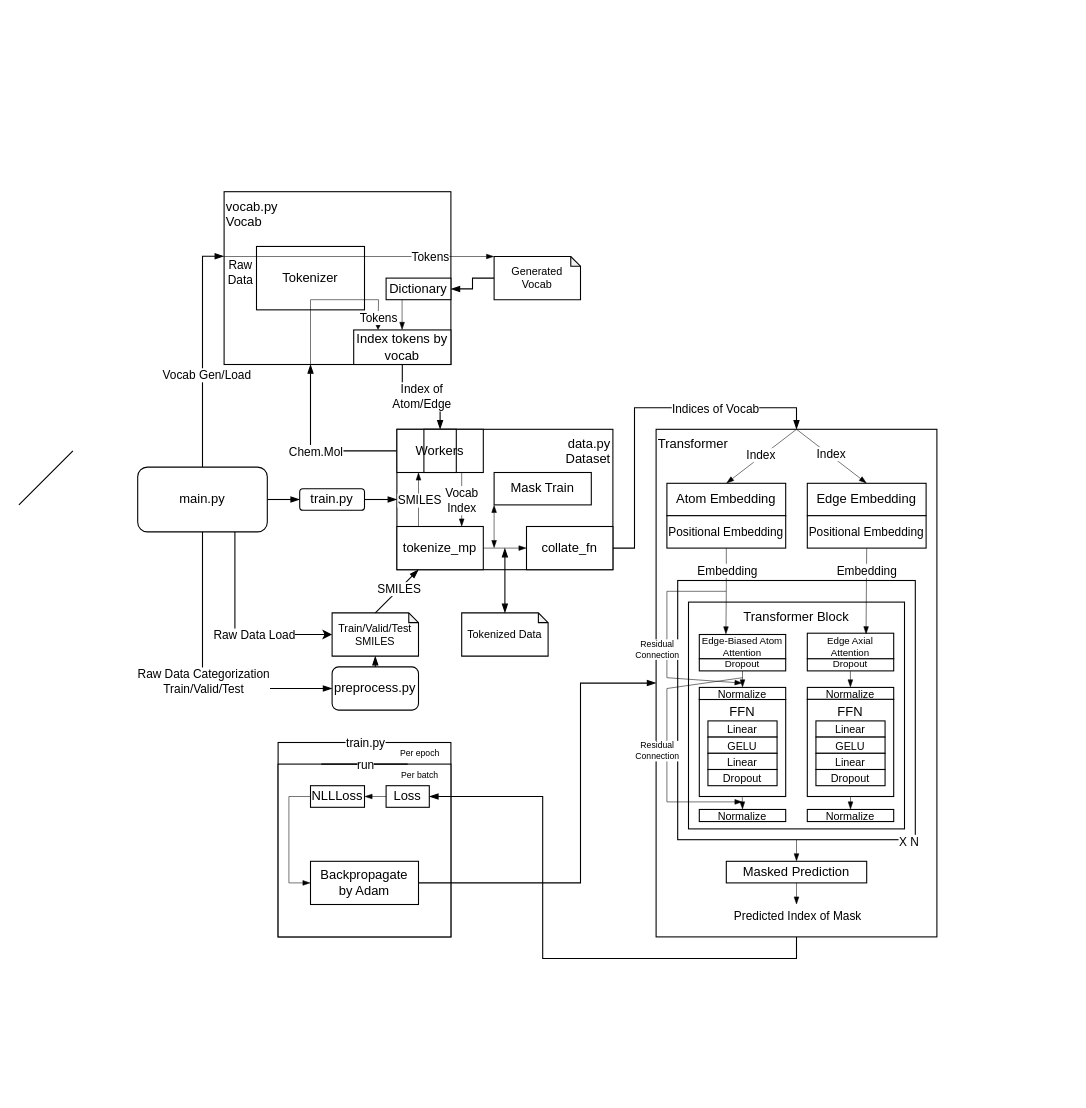
The draw.io diagram ligemb_model_structure_2.drawio in rladbtls1998/public_temp, before the edit. Source tidied: cells renumbered, new cells numbered last; positions are measured from the earlier drawing's top-left corner, leaving out a move shared by most shapes. Both pictures are drawn from the tidied source at 108%, with x=0, y=0 at pixel (18, 191).
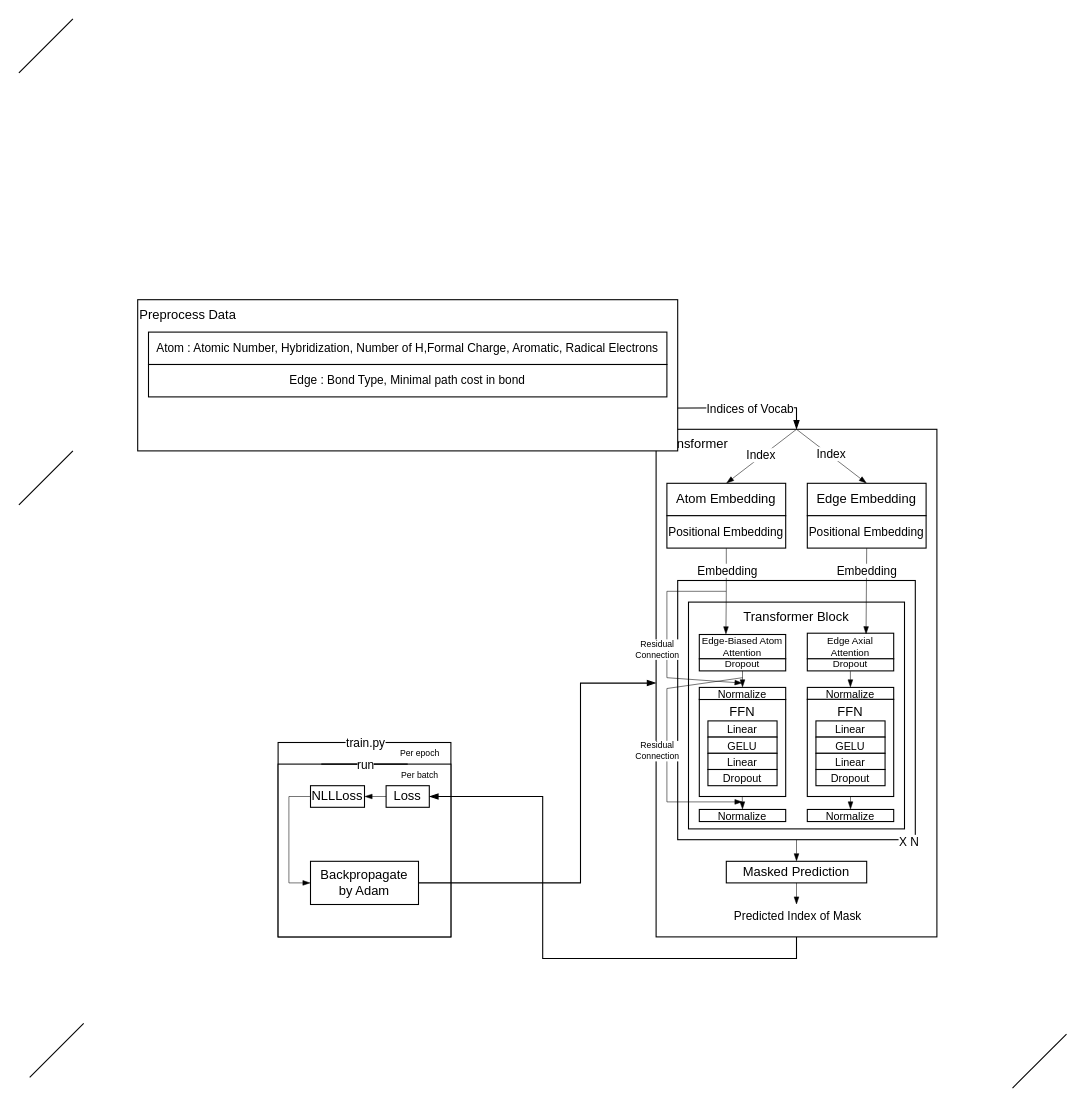
Above is the later version.

Unchanged cells that the change refers to:
```xml
<mxCell id="2" value="Transformer" style="rounded=0;whiteSpace=wrap;html=1;align=left;verticalAlign=top;horizontal=1;" parent="1" vertex="1">
  <mxGeometry x="590" y="220" width="260" height="470" as="geometry" />
</mxCell>
```

The edit, as a diff of the source:
```diff
@@
-    <mxCell id="3" style="edgeStyle=orthogonalEdgeStyle;rounded=0;jettySize=auto;html=1;exitX=1;exitY=0.5;exitDx=0;exitDy=0;entryX=0;entryY=0.5;entryDx=0;entryDy=0;endArrow=blockThin;endFill=1;" parent="1" edge="1" source="4" target="9">
-      <mxGeometry relative="1" as="geometry" />
-    </mxCell>
-    <mxCell id="4" value="main.py" style="rounded=1;whiteSpace=wrap;html=1;" parent="1" vertex="1">
-      <mxGeometry x="110" y="255" width="120" height="60" as="geometry" />
-    </mxCell>
@@
-    <mxCell id="7" value="preprocess.py" style="rounded=1;whiteSpace=wrap;html=1;" parent="1" vertex="1">
-      <mxGeometry x="290" y="440" width="80" height="40" as="geometry" />
-    </mxCell>
-    <mxCell id="8" style="edgeStyle=orthogonalEdgeStyle;rounded=0;jettySize=auto;html=1;exitX=1;exitY=0.5;exitDx=0;exitDy=0;endArrow=blockThin;endFill=1;" parent="1" edge="1" source="9">
-      <mxGeometry relative="1" as="geometry">
-        <mxPoint x="350" y="285" as="targetPoint" />
-      </mxGeometry>
-    </mxCell>
-    <mxCell id="9" value="train.py" style="rounded=1;whiteSpace=wrap;html=1;" parent="1" vertex="1">
-      <mxGeometry x="260" y="275" width="60" height="20" as="geometry" />
-    </mxCell>
-    <mxCell id="10" style="endArrow=blockThin;html=1;rounded=0;exitX=0.5;exitY=1;exitDx=0;exitDy=0;entryX=0;entryY=0.5;entryDx=0;entryDy=0;endFill=1;edgeStyle=elbowEdgeStyle;" parent="1" edge="1" source="4" target="7">
-      <mxGeometry relative="1" as="geometry">
-        <Array as="points">
-          <mxPoint x="170" y="400" />
-        </Array>
-      </mxGeometry>
-    </mxCell>
-    <mxCell id="11" value="&lt;div&gt;Raw Data Categorization&lt;/div&gt;&lt;div&gt;Train/Valid/Test&lt;br&gt;&lt;/div&gt;" style="edgeLabel;html=1;align=center;verticalAlign=middle;" parent="10" vertex="1">
-      <mxGeometry x="0.04" relative="1" as="geometry" />
-    </mxCell>
-    <mxCell id="12" style="endArrow=blockThin;html=1;rounded=0;exitX=0.5;exitY=0;exitDx=0;exitDy=0;endFill=1;edgeStyle=elbowEdgeStyle;spacing=1;entryX=-0.001;entryY=0.374;entryDx=0;entryDy=0;entryPerimeter=0;" parent="1" edge="1" source="4" target="38">
-      <mxGeometry relative="1" as="geometry">
-        <Array as="points">
-          <mxPoint x="170" y="170" />
-        </Array>
-      </mxGeometry>
-    </mxCell>
-    <mxCell id="13" value="Vocab Gen/Load" style="edgeLabel;html=1;align=center;verticalAlign=middle;" parent="12" vertex="1">
-      <mxGeometry y="-3" relative="1" as="geometry">
-        <mxPoint y="21" as="offset" />
-      </mxGeometry>
-    </mxCell>
-    <mxCell id="14" style="endArrow=blockThin;html=1;rounded=0;exitX=0.5;exitY=0;exitDx=0;exitDy=0;entryX=0.5;entryY=1;entryDx=0;entryDy=0;entryPerimeter=0;endFill=1;" parent="1" edge="1" source="7" target="15">
-      <mxGeometry relative="1" as="geometry" />
-    </mxCell>
-    <mxCell id="15" value="&lt;div style=&quot;font-size: 10px;&quot;&gt;&lt;font style=&quot;font-size: 10px;&quot;&gt;Train/Valid/Test&lt;br style=&quot;font-size: 10px;&quot;&gt;&lt;/font&gt;&lt;/div&gt;&lt;div style=&quot;font-size: 10px;&quot;&gt;&lt;font style=&quot;font-size: 10px;&quot;&gt;SMILES&lt;/font&gt;&lt;/div&gt;" style="shape=note;whiteSpace=wrap;html=1;backgroundOutline=1;darkOpacity=0.05;size=9;fontSize=10;" parent="1" vertex="1">
-      <mxGeometry x="290" y="390" width="80" height="40" as="geometry" />
-    </mxCell>
-    <mxCell id="16" style="rounded=0;jettySize=auto;html=1;exitX=0.5;exitY=0;exitDx=0;exitDy=0;exitPerimeter=0;entryX=0.25;entryY=1;entryDx=0;entryDy=0;endArrow=blockThin;endFill=1;strokeColor=#000000;" parent="1" edge="1" source="15" target="24">
-      <mxGeometry relative="1" as="geometry" />
-    </mxCell>
-    <mxCell id="17" value="SMILES" style="edgeLabel;html=1;align=center;verticalAlign=middle;" parent="16" vertex="1">
-      <mxGeometry x="0.08" y="1" relative="1" as="geometry" />
-    </mxCell>
-    <mxCell id="18" style="rounded=0;orthogonalLoop=1;jettySize=auto;html=1;endArrow=blockThin;endFill=1;startArrow=none;startFill=0;exitX=0;exitY=0.5;exitDx=0;exitDy=0;edgeStyle=elbowEdgeStyle;elbow=vertical;" parent="1" edge="1">
-      <mxGeometry relative="1" as="geometry">
-        <mxPoint x="350" y="240" as="sourcePoint" />
-        <mxPoint x="270" y="160" as="targetPoint" />
-        <Array as="points">
-          <mxPoint x="300" y="240" />
-        </Array>
-      </mxGeometry>
-    </mxCell>
-    <mxCell id="19" value="Chem.Mol" style="edgeLabel;html=1;align=center;verticalAlign=middle;" parent="18" vertex="1">
-      <mxGeometry x="-0.62" relative="1" as="geometry">
-        <mxPoint x="-46" as="offset" />
-      </mxGeometry>
-    </mxCell>
-    <mxCell id="20" value="&lt;div style=&quot;font-size: 10px;&quot;&gt;Tokenized Data&lt;/div&gt;" style="shape=note;whiteSpace=wrap;html=1;backgroundOutline=1;darkOpacity=0.05;size=9;fontSize=10;" parent="1" vertex="1">
-      <mxGeometry x="410" y="390" width="80" height="40" as="geometry" />
-    </mxCell>
-    <mxCell id="21" style="group;" parent="1" vertex="1">
-      <mxGeometry x="350" y="220" width="200" height="130" as="geometry" />
-    </mxCell>
-    <mxCell id="22" value="data.py&lt;div&gt;Dataset&lt;/div&gt;" style="rounded=0;whiteSpace=wrap;html=1;horizontal=1;verticalAlign=top;glass=0;shadow=0;textShadow=0;align=right;" parent="21" vertex="1">
-      <mxGeometry width="200" height="130" as="geometry" />
-    </mxCell>
-    <mxCell id="23" style="rounded=0;jettySize=auto;html=1;exitX=1;exitY=0.5;exitDx=0;exitDy=0;entryX=0;entryY=0.5;entryDx=0;entryDy=0;endArrow=blockThin;endFill=1;strokeWidth=0.5;" parent="21" edge="1" source="24" target="29">
-      <mxGeometry relative="1" as="geometry" />
-    </mxCell>
-    <mxCell id="24" value="tokenize_mp" style="rounded=0;whiteSpace=wrap;html=1;" parent="21" vertex="1">
-      <mxGeometry y="90" width="80" height="40" as="geometry" />
-    </mxCell>
-    <mxCell id="25" style="endArrow=blockThin;html=1;rounded=0;exitX=0.25;exitY=0;exitDx=0;exitDy=0;entryX=0.25;entryY=1;entryDx=0;entryDy=0;endFill=1;strokeWidth=0.5;" parent="21" edge="1" source="24">
-      <mxGeometry relative="1" as="geometry">
-        <mxPoint x="20" y="40" as="targetPoint" />
-      </mxGeometry>
-    </mxCell>
-    <mxCell id="26" value="SMILES" style="edgeLabel;html=1;align=center;verticalAlign=middle;" parent="25" vertex="1">
-      <mxGeometry x="0.01" relative="1" as="geometry" />
-    </mxCell>
-    <mxCell id="27" style="endArrow=blockThin;html=1;rounded=0;exitX=0.75;exitY=1;exitDx=0;exitDy=0;entryX=0.75;entryY=0;entryDx=0;entryDy=0;endFill=1;strokeWidth=0.5;" parent="21" edge="1" target="24">
-      <mxGeometry relative="1" as="geometry">
-        <mxPoint x="60" y="40" as="sourcePoint" />
-      </mxGeometry>
-    </mxCell>
-    <mxCell id="28" value="Vocab&lt;div&gt;Index&lt;/div&gt;" style="edgeLabel;html=1;align=center;verticalAlign=middle;" parent="27" vertex="1">
-      <mxGeometry y="-1" relative="1" as="geometry" />
-    </mxCell>
-    <mxCell id="29" value="collate_fn" style="rounded=0;whiteSpace=wrap;html=1;" parent="21" vertex="1">
-      <mxGeometry x="120" y="90" width="80" height="40" as="geometry" />
-    </mxCell>
-    <mxCell id="30" style="rounded=0;whiteSpace=wrap;html=1;" parent="21" vertex="1">
-      <mxGeometry width="80" height="40" as="geometry" />
-    </mxCell>
-    <mxCell id="31" value="Workers" style="rounded=0;whiteSpace=wrap;html=1;strokeWidth=1;" parent="21" vertex="1">
-      <mxGeometry x="25" width="30" height="40" as="geometry" />
-    </mxCell>
-    <mxCell id="32" value="Mask Train" style="rounded=0;whiteSpace=wrap;html=1;" parent="21" vertex="1">
-      <mxGeometry x="90" y="40" width="90" height="30" as="geometry" />
-    </mxCell>
-    <mxCell id="33" style="rounded=0;jettySize=auto;html=1;entryX=0.5;entryY=0;entryDx=0;entryDy=0;entryPerimeter=0;startArrow=blockThin;startFill=1;endArrow=blockThin;endFill=1;" parent="1" edge="1" target="20">
-      <mxGeometry relative="1" as="geometry">
-        <mxPoint x="450" y="330" as="sourcePoint" />
-      </mxGeometry>
-    </mxCell>
-    <mxCell id="34" value="&lt;div style=&quot;font-size: 10px;&quot;&gt;Generated&lt;/div&gt;&lt;div style=&quot;font-size: 10px;&quot;&gt;Vocab&lt;/div&gt;" style="shape=note;whiteSpace=wrap;html=1;backgroundOutline=1;darkOpacity=0.05;size=9;fontSize=10;" parent="1" vertex="1">
-      <mxGeometry x="440" y="60" width="80" height="40" as="geometry" />
-    </mxCell>
-    <mxCell id="35" style="edgeStyle=orthogonalEdgeStyle;rounded=0;jettySize=auto;html=1;exitX=0.75;exitY=1;exitDx=0;exitDy=0;entryX=0;entryY=0.5;entryDx=0;entryDy=0;entryPerimeter=0;" parent="1" edge="1" source="4" target="15">
-      <mxGeometry relative="1" as="geometry" />
-    </mxCell>
-    <mxCell id="36" value="Raw Data Load" style="edgeLabel;html=1;align=center;verticalAlign=middle;" parent="35" vertex="1">
-      <mxGeometry x="0.21" relative="1" as="geometry" />
-    </mxCell>
-    <mxCell id="37" style="group;" parent="1" vertex="1">
-      <mxGeometry x="190" width="210" height="160" as="geometry" />
-    </mxCell>
-    <mxCell id="38" value="vocab.py&lt;div&gt;Vocab&lt;/div&gt;" style="rounded=0;whiteSpace=wrap;html=1;align=left;verticalAlign=top;" parent="37" vertex="1">
-      <mxGeometry width="210" height="160" as="geometry" />
-    </mxCell>
-    <mxCell id="39" value="Tokenizer" style="rounded=0;whiteSpace=wrap;html=1;" parent="37" vertex="1">
-      <mxGeometry x="30" y="50.7" width="100" height="58.7" as="geometry" />
-    </mxCell>
-    <mxCell id="40" value="Index tokens by vocab" style="rounded=0;whiteSpace=wrap;html=1;" parent="37" vertex="1">
-      <mxGeometry x="120" y="128" width="90" height="32" as="geometry" />
-    </mxCell>
-    <mxCell id="41" style="endArrow=blockThin;html=1;rounded=0;entryX=0;entryY=0;entryDx=0;entryDy=0;entryPerimeter=0;strokeWidth=0.5;endFill=1;" parent="37" edge="1">
-      <mxGeometry relative="1" as="geometry">
-        <mxPoint y="60" as="sourcePoint" />
-        <mxPoint x="250" y="60" as="targetPoint" />
-      </mxGeometry>
-    </mxCell>
-    <mxCell id="42" value="Tokens" style="edgeLabel;html=1;align=center;verticalAlign=middle;" parent="41" vertex="1">
-      <mxGeometry x="0.44" relative="1" as="geometry">
-        <mxPoint x="10" as="offset" />
-      </mxGeometry>
-    </mxCell>
-    <mxCell id="43" value="Raw&lt;div&gt;Data&lt;/div&gt;" style="edgeLabel;html=1;align=center;verticalAlign=middle;" parent="41" vertex="1">
-      <mxGeometry x="-0.87" y="1" relative="1" as="geometry">
-        <mxPoint x="-2" y="15" as="offset" />
-      </mxGeometry>
-    </mxCell>
-    <mxCell id="44" style="endArrow=classic;html=1;rounded=0;exitX=0.381;exitY=0.999;exitDx=0;exitDy=0;exitPerimeter=0;entryX=0.25;entryY=0;entryDx=0;entryDy=0;strokeWidth=0.5;" parent="37" edge="1" source="38" target="40">
-      <mxGeometry relative="1" as="geometry">
-        <Array as="points">
-          <mxPoint x="80" y="100" />
-          <mxPoint x="143" y="100" />
-        </Array>
-      </mxGeometry>
-    </mxCell>
-    <mxCell id="45" value="Tokens" style="edgeLabel;html=1;align=center;verticalAlign=middle;" parent="44" vertex="1">
-      <mxGeometry x="0.84" relative="1" as="geometry" />
-    </mxCell>
-    <mxCell id="46" style="endArrow=blockThin;html=1;rounded=0;entryX=0.75;entryY=0;entryDx=0;entryDy=0;strokeWidth=0.5;exitX=0.893;exitY=0.625;exitDx=0;exitDy=0;exitPerimeter=0;endFill=1;" parent="37" edge="1">
-      <mxGeometry relative="1" as="geometry">
-        <mxPoint x="164.8" y="100" as="sourcePoint" />
-        <mxPoint x="164.8" y="128" as="targetPoint" />
-      </mxGeometry>
-    </mxCell>
-    <mxCell id="47" value="Dictionary" style="rounded=0;whiteSpace=wrap;html=1;" parent="37" vertex="1">
-      <mxGeometry x="150" y="80" width="60" height="20" as="geometry" />
-    </mxCell>
-    <mxCell id="48" style="endArrow=blockThin;html=1;rounded=0;entryX=0;entryY=1;entryDx=0;entryDy=0;strokeWidth=0.5;endFill=1;startArrow=blockThin;startFill=1;" parent="37" edge="1" target="32">
-      <mxGeometry relative="1" as="geometry">
-        <mxPoint x="250" y="330" as="sourcePoint" />
-      </mxGeometry>
-    </mxCell>
-    <mxCell id="49" style="edgeStyle=orthogonalEdgeStyle;rounded=0;jettySize=auto;html=1;exitX=0;exitY=0.5;exitDx=0;exitDy=0;exitPerimeter=0;arcSize=10;entryX=1;entryY=0.5;entryDx=0;entryDy=0;endArrow=blockThin;endFill=1;" parent="1" edge="1" source="34" target="47">
-      <mxGeometry relative="1" as="geometry" />
-    </mxCell>
-    <mxCell id="50" style="edgeStyle=orthogonalEdgeStyle;rounded=0;jettySize=auto;html=1;entryX=0.5;entryY=0;entryDx=0;entryDy=0;endArrow=blockThin;endFill=1;" parent="1" edge="1" source="40" target="31">
-      <mxGeometry relative="1" as="geometry" />
-    </mxCell>
-    <mxCell id="51" value="Index of&lt;div&gt;Atom/Edge&lt;/div&gt;" style="edgeLabel;html=1;align=center;verticalAlign=middle;" parent="50" vertex="1">
-      <mxGeometry x="-0.02" y="1" relative="1" as="geometry" />
-    </mxCell>
-    <mxCell id="52" style="rounded=0;jettySize=auto;html=1;exitX=1;exitY=0.5;exitDx=0;exitDy=0;entryX=0.5;entryY=0;entryDx=0;entryDy=0;edgeStyle=orthogonalEdgeStyle;elbow=vertical;endArrow=blockThin;endFill=1;" parent="1" edge="1" source="29" target="2">
-      <mxGeometry relative="1" as="geometry" />
+    <mxCell id="52" style="rounded=0;jettySize=auto;html=1;entryX=0.5;entryY=0;entryDx=0;entryDy=0;edgeStyle=orthogonalEdgeStyle;elbow=vertical;endArrow=blockThin;endFill=1;" parent="1" edge="1" target="2">
+      <mxGeometry relative="1" as="geometry">
+        <mxPoint x="530" y="200" as="sourcePoint" />
+      </mxGeometry>
     </mxCell>
@@
+    <mxCell id="121" style="endArrow=none;html=1;rounded=0;" parent="1" edge="1">
+      <mxGeometry relative="1" as="geometry">
+        <mxPoint y="-110" as="sourcePoint" />
+        <mxPoint x="50" y="-160" as="targetPoint" />
+      </mxGeometry>
+    </mxCell>
+    <mxCell id="122" style="endArrow=none;html=1;rounded=0;" parent="1" edge="1">
+      <mxGeometry relative="1" as="geometry">
+        <mxPoint x="10" y="820" as="sourcePoint" />
+        <mxPoint x="60" y="770" as="targetPoint" />
+      </mxGeometry>
+    </mxCell>
+    <mxCell id="123" style="endArrow=none;html=1;rounded=0;" parent="1" edge="1">
+      <mxGeometry relative="1" as="geometry">
+        <mxPoint x="920" y="830" as="sourcePoint" />
+        <mxPoint x="970" y="780" as="targetPoint" />
+      </mxGeometry>
+    </mxCell>
+    <mxCell id="124" style="group;" parent="1" vertex="1">
+      <mxGeometry x="110" y="100" width="500" height="140" as="geometry" />
+    </mxCell>
+    <mxCell id="125" value="Preprocess Data" style="rounded=0;whiteSpace=wrap;html=1;verticalAlign=top;align=left;" parent="124" vertex="1">
+      <mxGeometry width="500" height="140" as="geometry" />
+    </mxCell>
+    <mxCell id="126" value="Atom : Atomic Number, Hybridization, Number of H,Formal Charge, Aromatic, Radical Electrons" style="rounded=0;whiteSpace=wrap;html=1;fontSize=11;" parent="124" vertex="1">
+      <mxGeometry x="10" y="30" width="480" height="30" as="geometry" />
+    </mxCell>
+    <mxCell id="127" value="Edge : Bond Type, Minimal path cost in bond" style="rounded=0;whiteSpace=wrap;html=1;fontSize=11;" parent="124" vertex="1">
+      <mxGeometry x="10" y="60" width="480" height="30" as="geometry" />
+    </mxCell>
```
